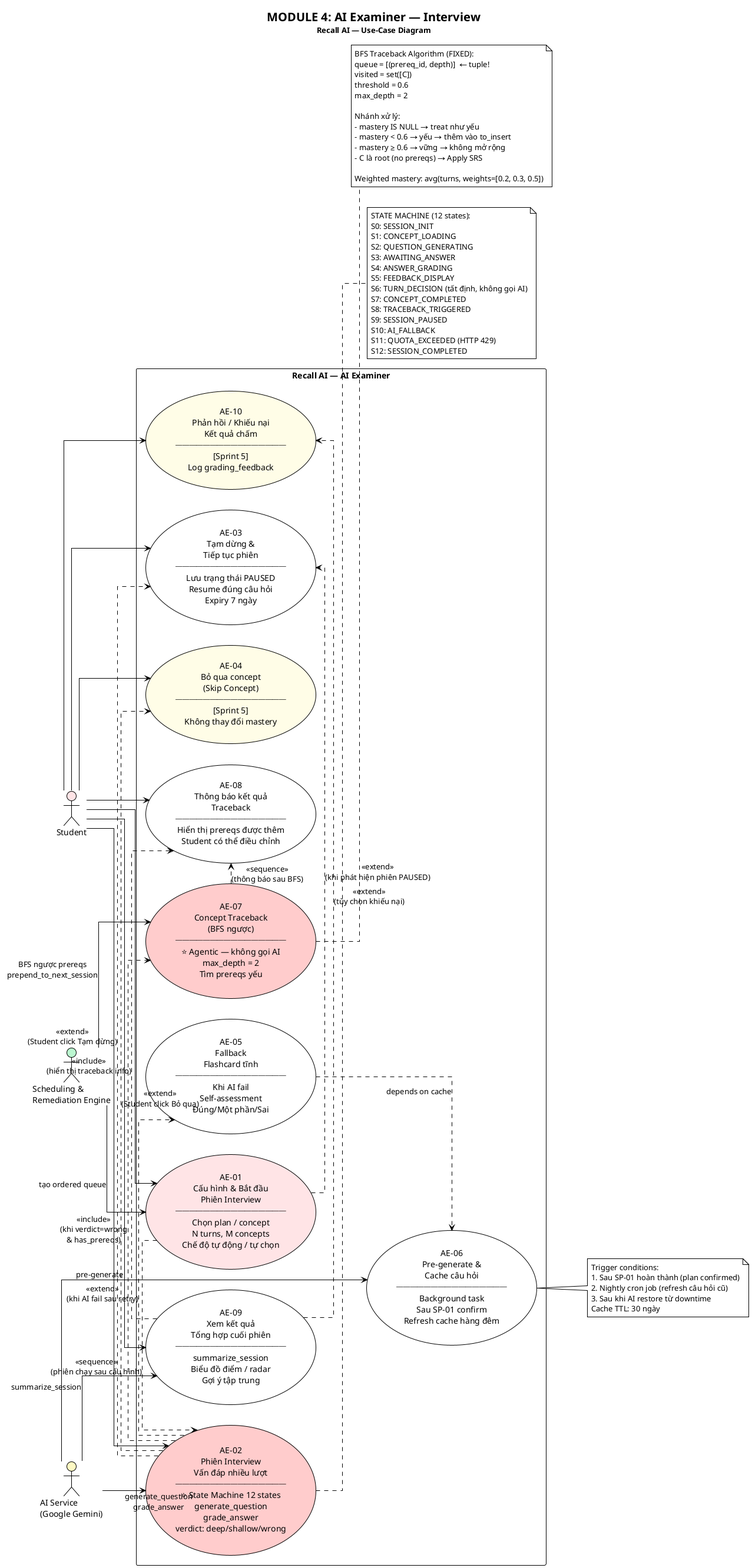
Before: pa/pa2/Use-case model/UC-04_AIExaminer.png, a diagram exported from PlantUML (Lade1q/planning-ai).
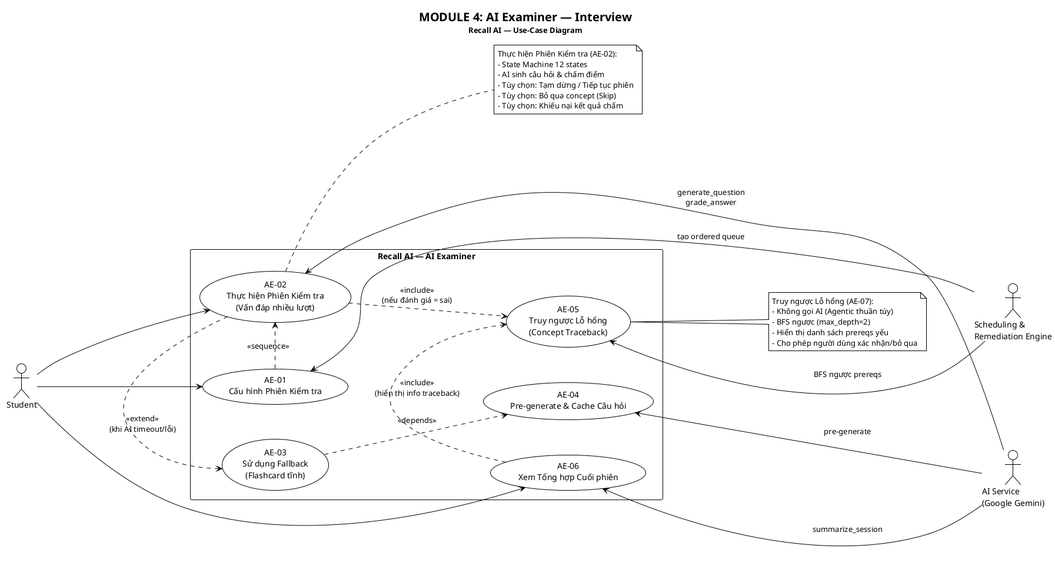
Above is the later version.

Diff of the diagram source:
```diff
@@ -1,7 +1,8 @@
 @startuml UC-04_AIExaminer
 !theme plain
 skinparam shadowing false
-skinparam linetype ortho
+skinparam nodesep 60
+skinparam ranksep 80
 
 <style>
 usecaseDiagram {
@@ -48,106 +49,62 @@
 
 left to right direction
 
-actor "Student" as STU #FFE4E6
-actor "AI Service\n(Google Gemini)" as AI #FEF9C3
-actor "Scheduling &\nRemediation Engine" as SRE #BBF7D0
+actor "Student" as STU
+actor "AI Service\n(Google Gemini)" as AI
+actor "Scheduling &\nRemediation Engine" as SRE
 
 rectangle "Recall AI — AI Examiner" as SYS {
 
-  usecase "AE-01\nCấu hình & Bắt đầu\nPhiên Interview\n────────────────\nChọn plan / concept\nN turns, M concepts\nChế độ tự động / tự chọn" as ae01 #FFE4E6
+  usecase "AE-01\nCấu hình Phiên Kiểm tra" as ae01
 
-  usecase "AE-02\nPhiên Interview\nVấn đáp nhiều lượt\n────────────────\n⭐ State Machine 12 states\ngenerate_question\ngrade_answer\nverdict: deep/shallow/wrong" as ae02 #FFCCCC
+  usecase "AE-02\nThực hiện Phiên Kiểm tra\n(Vấn đáp nhiều lượt)" as ae02
 
-  usecase "AE-03\nTạm dừng &\nTiếp tục phiên\n────────────────\nLưu trạng thái PAUSED\nResume đúng câu hỏi\nExpiry 7 ngày" as ae03
+  usecase "AE-03\nSử dụng Fallback\n(Flashcard tĩnh)" as ae05
 
-  usecase "AE-04\nBỏ qua concept\n(Skip Concept)\n────────────────\n[Sprint 5]\nKhông thay đổi mastery" as ae04 #FFFDE7
+  usecase "AE-04\nPre-generate & Cache Câu hỏi" as ae06
 
-  usecase "AE-05\nFallback\nFlashcard tĩnh\n────────────────\nKhi AI fail\nSelf-assessment\nĐúng/Một phần/Sai" as ae05
+  usecase "AE-05\nTruy ngược Lỗ hổng\n(Concept Traceback)" as ae07
 
-  usecase "AE-06\nPre-generate &\nCache câu hỏi\n────────────────\nBackground task\nSau SP-01 confirm\nRefresh cache hàng đêm" as ae06
-
-  usecase "AE-07\nConcept Traceback\n(BFS ngược)\n────────────────\n⭐ Agentic — không gọi AI\nmax_depth = 2\nTìm prereqs yếu" as ae07 #FFCCCC
-
-  usecase "AE-08\nThông báo kết quả\nTraceback\n────────────────\nHiển thị prereqs được thêm\nStudent có thể điều chỉnh" as ae08
-
-  usecase "AE-09\nXem kết quả\nTổng hợp cuối phiên\n────────────────\nsummarize_session\nBiểu đồ điểm / radar\nGợi ý tập trung" as ae09
-
-  usecase "AE-10\nPhản hồi / Khiếu nại\nKết quả chấm\n────────────────\n[Sprint 5]\nLog grading_feedback" as ae10 #FFFDE7
+  usecase "AE-06\nXem Tổng hợp Cuối phiên" as ae09
 
 }
 
-STU --> ae01
-STU --> ae02
-STU --> ae03
-STU --> ae04
-STU --> ae08
-STU --> ae09
-STU --> ae10
+STU ---> ae01
+STU ---> ae02
+STU ---> ae09
 
-AI --> ae02 : generate_question\ngrade_answer
-AI --> ae06 : pre-generate
-AI --> ae09 : summarize_session
+ae02 <--- AI : generate_question\ngrade_answer
+ae06 <--- AI : pre-generate
+ae09 <--- AI : summarize_session
 
-SRE --> ae01 : tạo ordered queue
-SRE --> ae07 : BFS ngược prereqs\nprepend_to_next_session
+ae01 <--- SRE : tạo ordered queue
+ae07 <--- SRE : BFS ngược prereqs
 
-ae01 .> ae02 : <<sequence>>\n(phiên chạy sau cấu hình)
-ae01 .> ae03 : <<extend>>\n(khi phát hiện phiên PAUSED)
+ae01 .right.> ae02 : <<sequence>>
 
-ae02 .> ae07 : <<include>>\n(khi verdict=wrong\n& has_prereqs)
-ae02 .> ae05 : <<extend>>\n(khi AI fail sau retry)
-ae02 .> ae03 : <<extend>>\n(Student click Tạm dừng)
-ae02 .> ae04 : <<extend>>\n(Student click Bỏ qua)
+ae02 .down.> ae07 : <<include>>\n(nếu đánh giá = sai)
+ae02 .right.> ae05 : <<extend>>\n(khi AI timeout/lỗi)
 
-ae07 .> ae08 : <<sequence>>\n(thông báo sau BFS)
-
-ae09 .> ae08 : <<include>>\n(hiển thị traceback info)
-ae09 .> ae10 : <<extend>>\n(tùy chọn khiếu nại)
-
-ae05 ..> ae06 : depends on cache
+ae09 .right.> ae07 : <<include>>\n(hiển thị info traceback)
+ae05 .down.> ae06 : <<depends>>
 
 note as n1
-  STATE MACHINE (12 states):
-  S0: SESSION_INIT
-  S1: CONCEPT_LOADING
-  S2: QUESTION_GENERATING
-  S3: AWAITING_ANSWER
-  S4: ANSWER_GRADING
-  S5: FEEDBACK_DISPLAY
-  S6: TURN_DECISION (tất định, không gọi AI)
-  S7: CONCEPT_COMPLETED
-  S8: TRACEBACK_TRIGGERED
-  S9: SESSION_PAUSED
-  S10: AI_FALLBACK
-  S11: QUOTA_EXCEEDED (HTTP 429)
-  S12: SESSION_COMPLETED
+  Thực hiện Phiên Kiểm tra (AE-02):
+  - State Machine 12 states
+  - AI sinh câu hỏi & chấm điểm
+  - Tùy chọn: Tạm dừng / Tiếp tục phiên
+  - Tùy chọn: Bỏ qua concept (Skip)
+  - Tùy chọn: Khiếu nại kết quả chấm
 end note
 ae02 .. n1
 
 note as n2
-  BFS Traceback Algorithm (FIXED):
-  queue = [(prereq_id, depth)]  ← tuple!
-  visited = set([C])
-  threshold = 0.6
-  max_depth = 2
-
-  Nhánh xử lý:
-  - mastery IS NULL → treat như yếu
-  - mastery < 0.6 → yếu → thêm vào to_insert
-  - mastery ≥ 0.6 → vững → không mở rộng
-  - C là root (no prereqs) → Apply SRS
-
-  Weighted mastery: avg(turns, weights=[0.2, 0.3, 0.5])
+  Truy ngược Lỗ hổng (AE-07):
+  - Không gọi AI (Agentic thuần túy)
+  - BFS ngược (max_depth=2)
+  - Hiển thị danh sách prereqs yếu
+  - Cho phép người dùng xác nhận/bỏ qua
 end note
 ae07 .. n2
 
-note as n3
-  Trigger conditions:
-  1. Sau SP-01 hoàn thành (plan confirmed)
-  2. Nightly cron job (refresh câu hỏi cũ)
-  3. Sau khi AI restore từ downtime
-  Cache TTL: 30 ngày
-end note
-ae06 .. n3
-
 @enduml
```
